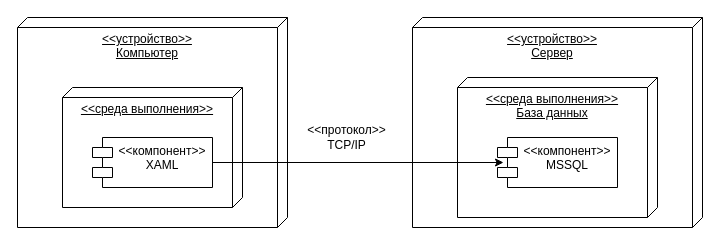
The draw.io diagram Диаграмма развёртывания.drawio in Etiloviy-Donny/CourseProject, before the edit. Source tidied: cells renumbered, new cells numbered last; positions are measured from the earlier drawing's top-left corner, leaving out a move shared by most shapes. Both pictures are drawn from the tidied source at 100%, with x=0, y=0 at pixel (17, 17).
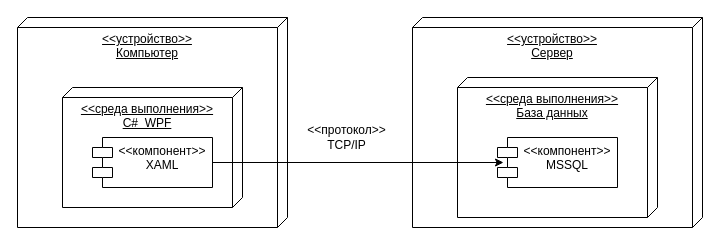
The same diagram, later.

Change to the diagram source:
```diff
@@
 <mxGraphModel>
   <root>
     <mxCell id="0" />
     <mxCell id="1" parent="0" />
     <mxCell id="2" value="&amp;lt;&amp;lt;устройство&amp;gt;&amp;gt;&lt;br&gt;Компьютер" style="verticalAlign=top;align=center;spacingTop=8;spacingLeft=2;spacingRight=12;shape=cube;size=10;direction=south;fontStyle=4;html=1;whiteSpace=wrap;" parent="1" vertex="1">
       <mxGeometry width="270" height="210" as="geometry" />
     </mxCell>
-    <mxCell id="3" value="&amp;lt;&amp;lt;среда выполнения&amp;gt;&amp;gt;&lt;div&gt;&lt;br/&gt;&lt;/div&gt;" style="verticalAlign=top;align=center;spacingTop=8;spacingLeft=2;spacingRight=12;shape=cube;size=10;direction=south;fontStyle=4;html=1;whiteSpace=wrap;" parent="1" vertex="1">
+    <mxCell id="3" value="&amp;lt;&amp;lt;среда выполнения&amp;gt;&amp;gt;&lt;br&gt;С#&amp;nbsp; WPF&lt;br&gt;&lt;div&gt;&lt;br&gt;&lt;/div&gt;" style="verticalAlign=top;align=center;spacingTop=8;spacingLeft=2;spacingRight=12;shape=cube;size=10;direction=south;fontStyle=4;html=1;whiteSpace=wrap;" parent="1" vertex="1">
       <mxGeometry x="45" y="70" width="180" height="120" as="geometry" />
     </mxCell>
     <mxCell id="4" value="&amp;lt;&amp;lt;компонент&amp;gt;&amp;gt;&lt;br&gt;XAML" style="shape=module;align=left;spacingLeft=20;align=center;verticalAlign=top;whiteSpace=wrap;html=1;" parent="1" vertex="1">
       <mxGeometry x="75" y="120" width="120" height="50" as="geometry" />
     </mxCell>
     <mxCell id="5" value="&amp;lt;&amp;lt;устройство&amp;gt;&amp;gt;&lt;br&gt;Сервер" style="verticalAlign=top;align=center;spacingTop=8;spacingLeft=2;spacingRight=12;shape=cube;size=10;direction=south;fontStyle=4;html=1;whiteSpace=wrap;" parent="1" vertex="1">
       <mxGeometry x="395" width="290" height="210" as="geometry" />
     </mxCell>
     <mxCell id="6" value="&amp;lt;&amp;lt;среда выполнения&amp;gt;&amp;gt;&lt;br&gt;База данных" style="verticalAlign=top;align=center;spacingTop=8;spacingLeft=2;spacingRight=12;shape=cube;size=10;direction=south;fontStyle=4;html=1;whiteSpace=wrap;" parent="1" vertex="1">
       <mxGeometry x="440" y="60" width="200" height="140" as="geometry" />
     </mxCell>
     <mxCell id="7" value="&amp;lt;&amp;lt;компонент&amp;gt;&amp;gt;&lt;br&gt;MSSQL" style="shape=module;align=left;spacingLeft=20;align=center;verticalAlign=top;whiteSpace=wrap;html=1;" parent="1" vertex="1">
       <mxGeometry x="480" y="120" width="120" height="50" as="geometry" />
     </mxCell>
     <mxCell id="8" style="edgeStyle=orthogonalEdgeStyle;rounded=0;jettySize=auto;html=1;exitX=1;exitY=0.5;exitDx=0;exitDy=0;entryX=0.05;entryY=0.5;entryDx=0;entryDy=0;entryPerimeter=0;" parent="1" edge="1" source="4" target="7">
       <mxGeometry relative="1" as="geometry" />
     </mxCell>
     <mxCell id="9" value="&amp;lt;&amp;lt;протокол&amp;gt;&amp;gt;&lt;br&gt;TCP/IP" style="text;html=1;align=center;verticalAlign=middle;strokeColor=none;fillColor=none;" parent="1" vertex="1">
       <mxGeometry x="279" y="100" width="100" height="40" as="geometry" />
     </mxCell>
   </root>
 </mxGraphModel>
```
